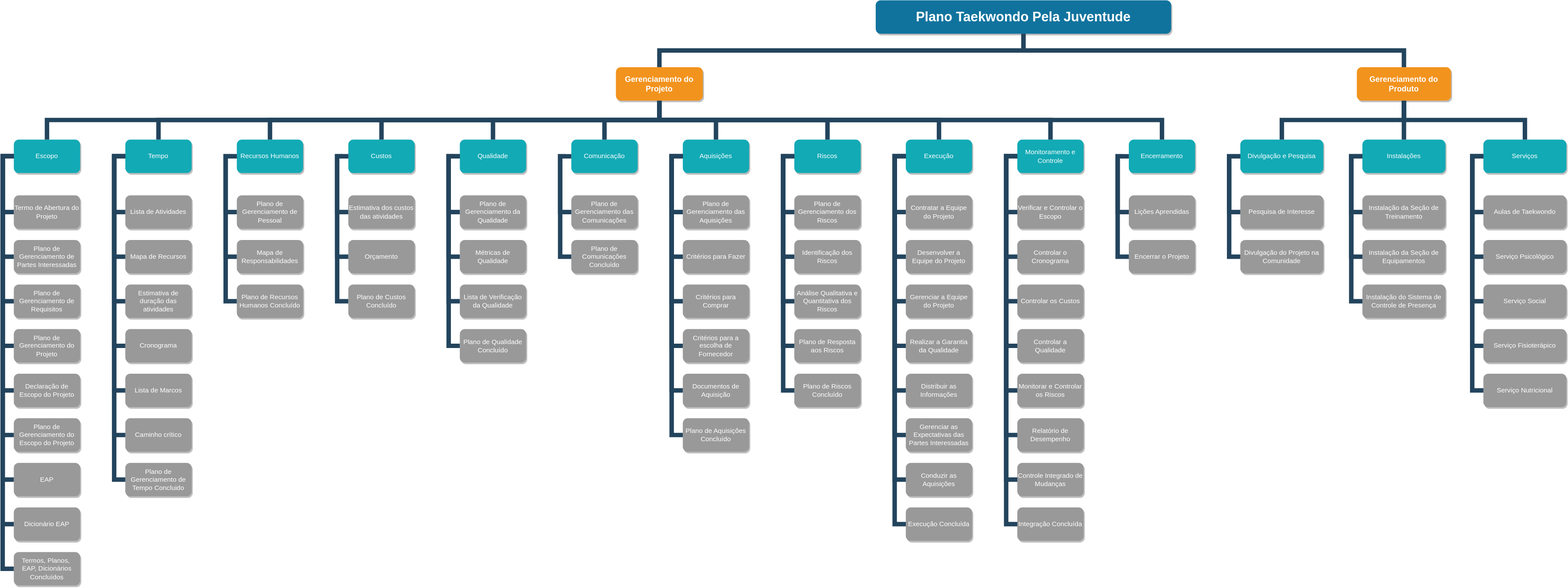
Above: WBS.svg in mdmundo/diagrams (draw.io), before the change. Source tidied: cells renumbered, new cells last; positions are measured from the earlier drawing's top-left corner, leaving out a move shared by most shapes.
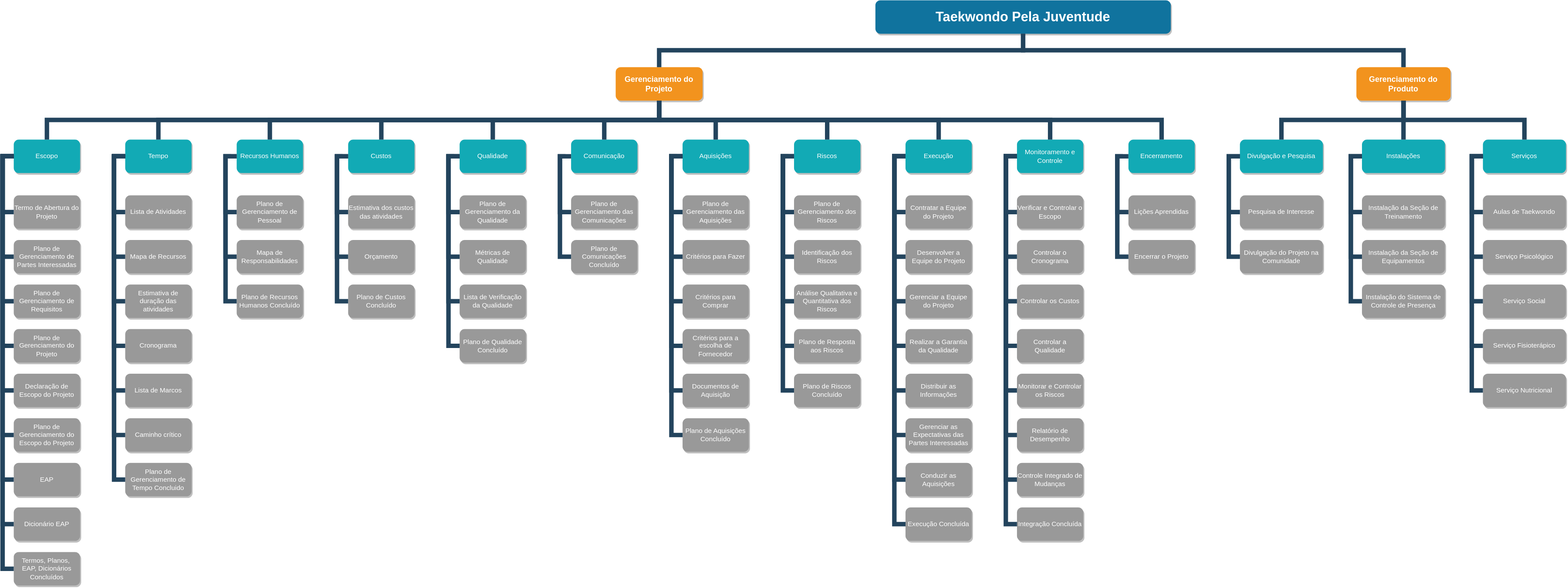
After the change.

Change to the diagram source:
```diff
@@ -2,7 +2,7 @@
   <root>
     <mxCell id="0" />
     <mxCell id="1" parent="0" />
-    <mxCell id="2" value="Plano Taekwondo Pela Juventude" style="whiteSpace=wrap;rounded=1;shadow=1;fillColor=#10739E;strokeColor=none;fontColor=#FFFFFF;fontStyle=1;fontSize=24;" parent="1" vertex="1">
+    <mxCell id="2" value="Taekwondo Pela Juventude" style="whiteSpace=wrap;rounded=1;shadow=1;fillColor=#10739E;strokeColor=none;fontColor=#FFFFFF;fontStyle=1;fontSize=24;" parent="1" vertex="1">
       <mxGeometry x="1566" width="530" height="60" as="geometry" />
     </mxCell>
     <mxCell id="3" value="Gerenciamento do Projeto" style="whiteSpace=wrap;rounded=1;fillColor=#F2931E;strokeColor=none;shadow=1;fontColor=#FFFFFF;fontStyle=1;fontSize=14;" parent="1" vertex="1">
```
